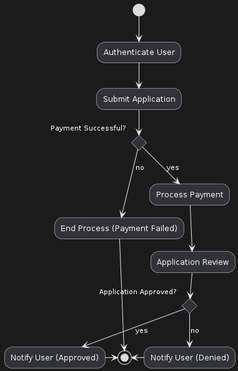
This is docs/uml/behavioral/interactive_overview_diagram.png from loran-code/VisApplication, a PlantUML export, as it was before one commit. Source of this version:
```plantuml
@startuml
(*) --> "Authenticate User"
--> "Submit Application"
if "Payment Successful?" then
  --> [yes] "Process Payment"
  --> "Application Review"
  if "Application Approved?" then
    --> [yes] "Notify User (Approved)"
    -right-> (*)
  else
    --> [no] "Notify User (Denied)"
    -left-> (*)
  endif
else
  --> [no] "End Process (Payment Failed)"
  --> (*)
endif
@enduml
```
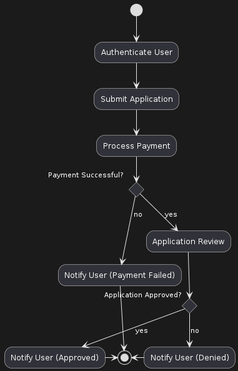
After the change.

Commit message:
uml design

Change to the diagram source:
```diff
@@ -1,18 +1,18 @@
 @startuml
 (*) --> "Authenticate User"
 --> "Submit Application"
+--> "Process Payment"
 if "Payment Successful?" then
-  --> [yes] "Process Payment"
-  --> "Application Review"
-  if "Application Approved?" then
-    --> [yes] "Notify User (Approved)"
-    -right-> (*)
-  else
-    --> [no] "Notify User (Denied)"
-    -left-> (*)
-  endif
+    --> [yes] "Application Review"
+    if "Application Approved?" then
+        --> [yes] "Notify User (Approved)"
+        -right-> (*)
+    else
+        --> [no] "Notify User (Denied)"
+        -left-> (*)
+    endif
 else
-  --> [no] "End Process (Payment Failed)"
-  --> (*)
+    --> [no] "Notify User (Payment Failed)"
+    --> (*)
 endif
 @enduml
```
